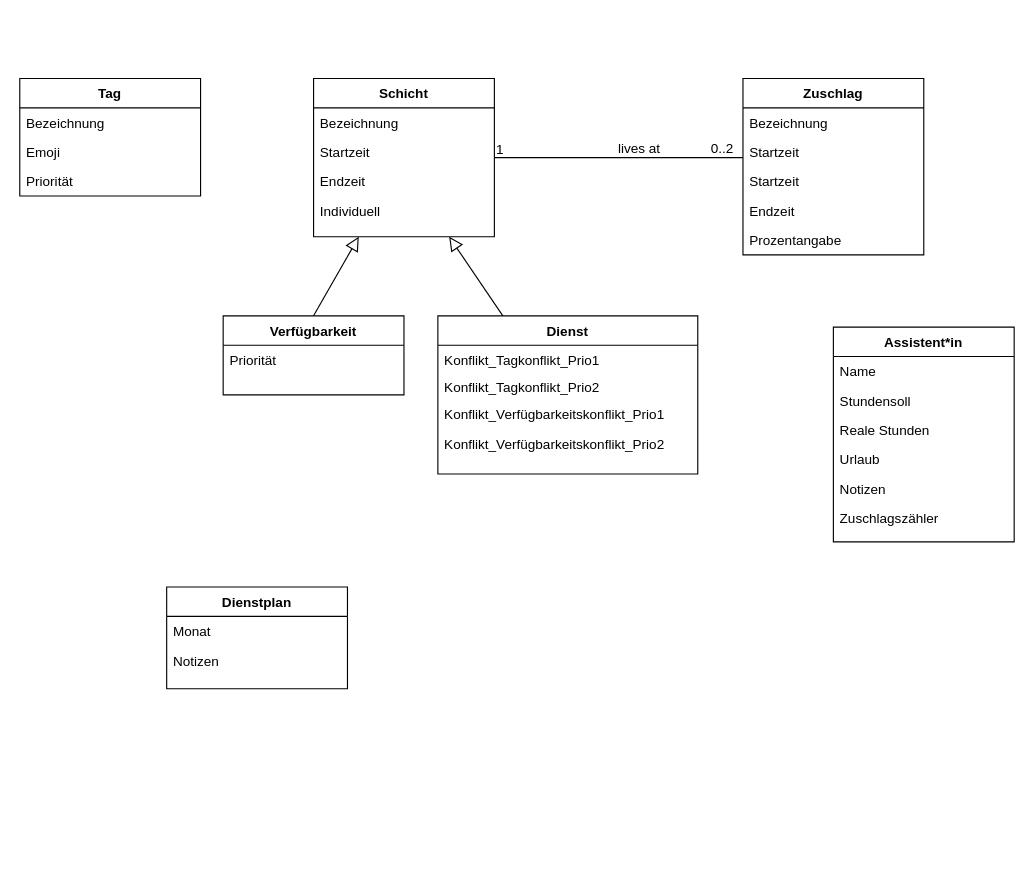
annikalenneper/praxisprojekt_mi_bachelor_SoSe24 keeps this draw.io diagram as 4_Entwurf/4_UML/4_UML_Klassendiagramme/Domänenklassendiagramm_Anforderungsspezifikation.drawio. Above is the earlier version. Source tidied: cells renumbered, new cells numbered last; positions are measured from the earlier drawing's top-left corner, leaving out a move shared by most shapes. Both pictures are drawn from the tidied source at 113%, with x=0, y=0 at pixel (19, 78).
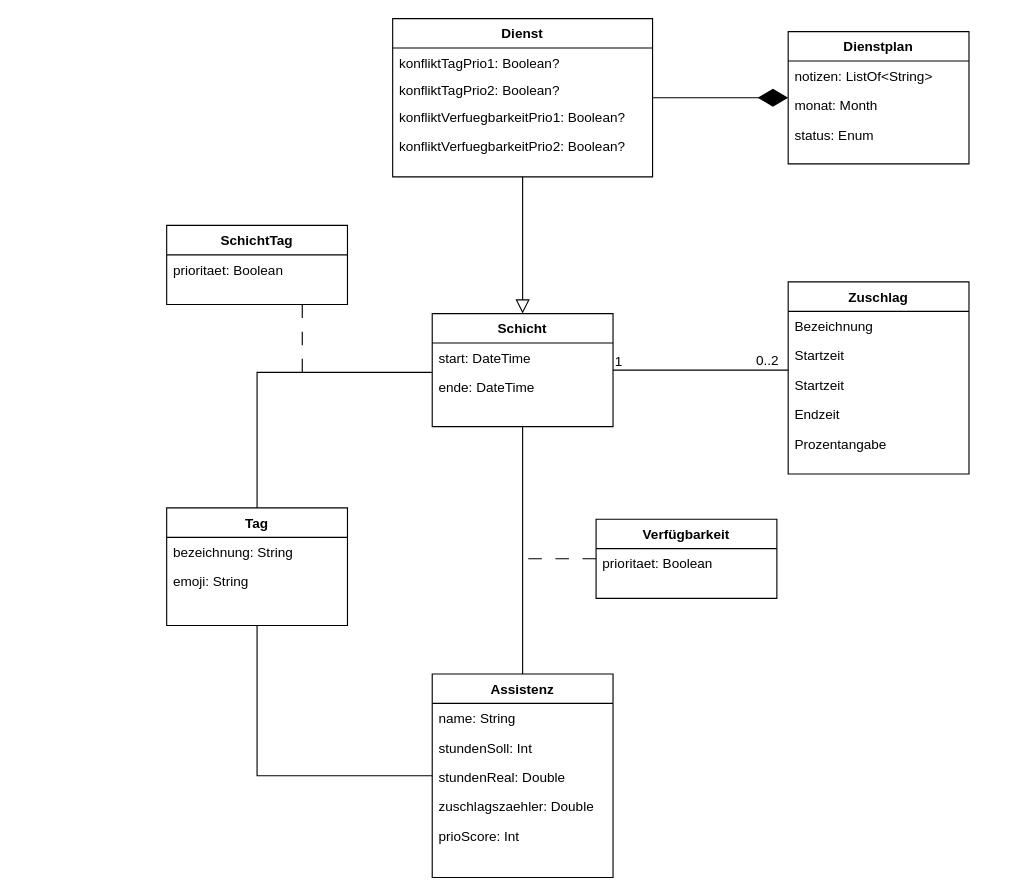
The same page after the edit.

Commit message:
updated domain class diagram

Unchanged cells that the change refers to:
```xml
<mxCell id="16" style="endArrow=none;shadow=0;strokeWidth=1;rounded=0;curved=0;endFill=0;edgeStyle=elbowEdgeStyle;elbow=vertical;" parent="1" edge="1" source="2" target="10">
  <mxGeometry x="0.5" y="41" relative="1" as="geometry">
    <mxPoint x="-40" y="32" as="offset" />
  </mxGeometry>
</mxCell>
```

The edit, as a diff of the source:
```diff
@@
     <mxCell id="2" value="Schicht" style="swimlane;fontStyle=1;align=center;verticalAlign=top;horizontal=1;startSize=26;rounded=0;shadow=0;strokeWidth=1;" parent="1" vertex="1">
-      <mxGeometry x="260" width="160" height="140" as="geometry" />
+      <mxGeometry x="365" y="208" width="160" height="100" as="geometry" />
     </mxCell>
-    <mxCell id="3" value="Bezeichnung" style="text;align=left;verticalAlign=top;spacingLeft=4;spacingRight=4;overflow=hidden;rounded=0;shadow=0;html=0;" parent="2" vertex="1">
-      <mxGeometry y="26" width="160" height="26" as="geometry" />
-    </mxCell>
-    <mxCell id="4" value="Startzeit" style="text;align=left;verticalAlign=top;spacingLeft=4;spacingRight=4;overflow=hidden;rounded=0;shadow=0;html=0;" parent="2" vertex="1">
-      <mxGeometry y="52" width="160" height="26" as="geometry" />
+    <mxCell id="4" value="start: DateTime" style="text;align=left;verticalAlign=top;spacingLeft=4;spacingRight=4;overflow=hidden;rounded=0;shadow=0;html=0;" parent="2" vertex="1">
+      <mxGeometry y="26" width="160" height="26" as="geometry" />
     </mxCell>
-    <mxCell id="5" value="Endzeit" style="text;align=left;verticalAlign=top;spacingLeft=4;spacingRight=4;overflow=hidden;rounded=0;shadow=0;html=0;" parent="2" vertex="1">
-      <mxGeometry y="78" width="160" height="26" as="geometry" />
+    <mxCell id="5" value="ende: DateTime" style="text;align=left;verticalAlign=top;spacingLeft=4;spacingRight=4;overflow=hidden;rounded=0;shadow=0;html=0;" parent="2" vertex="1">
+      <mxGeometry y="52" width="160" height="26" as="geometry" />
     </mxCell>
-    <mxCell id="6" value="Individuell" style="text;align=left;verticalAlign=top;spacingLeft=4;spacingRight=4;overflow=hidden;rounded=0;shadow=0;html=0;" parent="2" vertex="1">
-      <mxGeometry y="104" width="160" height="26" as="geometry" />
-    </mxCell>
     <mxCell id="7" value="Verfügbarkeit" style="swimlane;fontStyle=1;align=center;verticalAlign=top;horizontal=1;startSize=26;rounded=0;shadow=0;strokeWidth=1;" parent="1" vertex="1">
-      <mxGeometry x="180" y="210" width="160" height="70" as="geometry" />
+      <mxGeometry x="510" y="390" width="160" height="70" as="geometry" />
     </mxCell>
-    <mxCell id="8" value="Priorität" style="text;align=left;verticalAlign=top;spacingLeft=4;spacingRight=4;overflow=hidden;" parent="7" vertex="1">
+    <mxCell id="8" value="prioritaet: Boolean" style="text;align=left;verticalAlign=top;spacingLeft=4;spacingRight=4;overflow=hidden;" parent="7" vertex="1">
       <mxGeometry y="26" width="160" height="24" as="geometry" />
     </mxCell>
-    <mxCell id="9" style="endArrow=block;endSize=10;endFill=0;shadow=0;strokeWidth=1;rounded=0;elbow=vertical;exitX=0.5;exitY=0;exitDx=0;exitDy=0;entryX=0.25;entryY=1;entryDx=0;entryDy=0;" parent="1" edge="1" source="7" target="2">
-      <mxGeometry relative="1" as="geometry" />
-    </mxCell>
     <mxCell id="10" value="Zuschlag" style="swimlane;fontStyle=1;align=center;verticalAlign=top;horizontal=1;startSize=26;rounded=0;shadow=0;strokeWidth=1;" parent="1" vertex="1">
-      <mxGeometry x="640" width="160" height="156" as="geometry" />
+      <mxGeometry x="680" y="180" width="160" height="170" as="geometry" />
     </mxCell>
@@
-    <mxCell id="19" value="lives at" style="text;html=1;align=center;verticalAlign=middle;labelBackgroundColor=none;rounded=0;shadow=0;strokeWidth=1;fontSize=12;" parent="16" vertex="1">
-      <mxGeometry x="0.5" y="49" relative="1" as="geometry">
-        <mxPoint x="-38" y="40" as="offset" />
-      </mxGeometry>
-    </mxCell>
     <mxCell id="20" value="Tag" style="swimlane;fontStyle=1;align=center;verticalAlign=top;horizontal=1;startSize=26;rounded=0;shadow=0;strokeWidth=1;" parent="1" vertex="1">
-      <mxGeometry width="160" height="104" as="geometry" />
+      <mxGeometry x="130" y="380" width="160" height="104" as="geometry" />
     </mxCell>
-    <mxCell id="21" value="Bezeichnung" style="text;align=left;verticalAlign=top;spacingLeft=4;spacingRight=4;overflow=hidden;rounded=0;shadow=0;html=0;" parent="20" vertex="1">
+    <mxCell id="21" value="bezeichnung: String" style="text;align=left;verticalAlign=top;spacingLeft=4;spacingRight=4;overflow=hidden;rounded=0;shadow=0;html=0;" parent="20" vertex="1">
       <mxGeometry y="26" width="160" height="26" as="geometry" />
     </mxCell>
-    <mxCell id="22" value="Emoji" style="text;align=left;verticalAlign=top;spacingLeft=4;spacingRight=4;overflow=hidden;rounded=0;shadow=0;html=0;" parent="20" vertex="1">
+    <mxCell id="22" value="emoji: String" style="text;align=left;verticalAlign=top;spacingLeft=4;spacingRight=4;overflow=hidden;rounded=0;shadow=0;html=0;" parent="20" vertex="1">
       <mxGeometry y="52" width="160" height="26" as="geometry" />
     </mxCell>
-    <mxCell id="23" value="Priorität" style="text;align=left;verticalAlign=top;spacingLeft=4;spacingRight=4;overflow=hidden;rounded=0;shadow=0;html=0;" parent="20" vertex="1">
-      <mxGeometry y="78" width="160" height="26" as="geometry" />
-    </mxCell>
-    <mxCell id="24" value="Assistent*in" style="swimlane;fontStyle=1;align=center;verticalAlign=top;horizontal=1;startSize=26;rounded=0;shadow=0;strokeWidth=1;" parent="1" vertex="1">
-      <mxGeometry x="720" y="220" width="160" height="190" as="geometry" />
+    <mxCell id="24" value="Assistenz" style="swimlane;fontStyle=1;align=center;verticalAlign=top;horizontal=1;startSize=26;rounded=0;shadow=0;strokeWidth=1;" parent="1" vertex="1">
+      <mxGeometry x="365" y="527" width="160" height="180" as="geometry" />
     </mxCell>
-    <mxCell id="25" value="Name" style="text;align=left;verticalAlign=top;spacingLeft=4;spacingRight=4;overflow=hidden;" parent="24" vertex="1">
+    <mxCell id="25" value="name: String" style="text;align=left;verticalAlign=top;spacingLeft=4;spacingRight=4;overflow=hidden;" parent="24" vertex="1">
       <mxGeometry y="26" width="160" height="26" as="geometry" />
     </mxCell>
-    <mxCell id="26" value="Stundensoll" style="text;align=left;verticalAlign=top;spacingLeft=4;spacingRight=4;overflow=hidden;rounded=0;shadow=0;html=0;" parent="24" vertex="1">
+    <mxCell id="26" value="stundenSoll: Int" style="text;align=left;verticalAlign=top;spacingLeft=4;spacingRight=4;overflow=hidden;rounded=0;shadow=0;html=0;" parent="24" vertex="1">
       <mxGeometry y="52" width="160" height="26" as="geometry" />
     </mxCell>
-    <mxCell id="27" value="Reale Stunden" style="text;align=left;verticalAlign=top;spacingLeft=4;spacingRight=4;overflow=hidden;rounded=0;shadow=0;html=0;" parent="24" vertex="1">
+    <mxCell id="27" value="stundenReal: Double" style="text;align=left;verticalAlign=top;spacingLeft=4;spacingRight=4;overflow=hidden;rounded=0;shadow=0;html=0;" parent="24" vertex="1">
       <mxGeometry y="78" width="160" height="26" as="geometry" />
     </mxCell>
-    <mxCell id="28" value="Urlaub" style="text;align=left;verticalAlign=top;spacingLeft=4;spacingRight=4;overflow=hidden;rounded=0;shadow=0;html=0;" parent="24" vertex="1">
-      <mxGeometry y="104" width="160" height="26" as="geometry" />
-    </mxCell>
-    <mxCell id="29" value="Notizen" style="text;align=left;verticalAlign=top;spacingLeft=4;spacingRight=4;overflow=hidden;rounded=0;shadow=0;html=0;" parent="24" vertex="1">
-      <mxGeometry y="130" width="160" height="26" as="geometry" />
+    <mxCell id="29" value="zuschlagszaehler: Double" style="text;align=left;verticalAlign=top;spacingLeft=4;spacingRight=4;overflow=hidden;rounded=0;shadow=0;html=0;" parent="24" vertex="1">
+      <mxGeometry y="104" width="160" height="26" as="geometry" />
     </mxCell>
-    <mxCell id="30" value="Zuschlagszähler" style="text;align=left;verticalAlign=top;spacingLeft=4;spacingRight=4;overflow=hidden;rounded=0;shadow=0;html=0;" parent="24" vertex="1">
-      <mxGeometry y="156" width="160" height="26" as="geometry" />
+    <mxCell id="30" value="prioScore: Int" style="text;align=left;verticalAlign=top;spacingLeft=4;spacingRight=4;overflow=hidden;rounded=0;shadow=0;html=0;" parent="24" vertex="1">
+      <mxGeometry y="130" width="160" height="26" as="geometry" />
     </mxCell>
     <mxCell id="31" value="Dienst" style="swimlane;fontStyle=1;align=center;verticalAlign=top;horizontal=1;startSize=26;rounded=0;shadow=0;strokeWidth=1;" parent="1" vertex="1">
-      <mxGeometry x="370" y="210" width="230" height="140" as="geometry" />
+      <mxGeometry x="330" y="-53" width="230" height="140" as="geometry" />
     </mxCell>
-    <mxCell id="32" value="Konflikt_Tagkonflikt_Prio1" style="text;align=left;verticalAlign=top;spacingLeft=4;spacingRight=4;overflow=hidden;" parent="31" vertex="1">
+    <mxCell id="32" value="konfliktTagPrio1: Boolean?" style="text;align=left;verticalAlign=top;spacingLeft=4;spacingRight=4;overflow=hidden;" parent="31" vertex="1">
       <mxGeometry y="26" width="230" height="24" as="geometry" />
     </mxCell>
-    <mxCell id="33" value="Konflikt_Tagkonflikt_Prio2" style="text;align=left;verticalAlign=top;spacingLeft=4;spacingRight=4;overflow=hidden;" parent="31" vertex="1">
+    <mxCell id="33" value="konfliktTagPrio2: Boolean?" style="text;align=left;verticalAlign=top;spacingLeft=4;spacingRight=4;overflow=hidden;" parent="31" vertex="1">
       <mxGeometry y="50" width="230" height="24" as="geometry" />
     </mxCell>
-    <mxCell id="34" value="Konflikt_Verfügbarkeitskonflikt_Prio1" style="text;align=left;verticalAlign=top;spacingLeft=4;spacingRight=4;overflow=hidden;" parent="31" vertex="1">
+    <mxCell id="34" value="konfliktVerfuegbarkeitPrio1: Boolean?" style="text;align=left;verticalAlign=top;spacingLeft=4;spacingRight=4;overflow=hidden;" parent="31" vertex="1">
       <mxGeometry y="74" width="230" height="26" as="geometry" />
     </mxCell>
-    <mxCell id="35" value="Konflikt_Verfügbarkeitskonflikt_Prio2" style="text;align=left;verticalAlign=top;spacingLeft=4;spacingRight=4;overflow=hidden;" parent="31" vertex="1">
+    <mxCell id="35" value="konfliktVerfuegbarkeitPrio2: Boolean?" style="text;align=left;verticalAlign=top;spacingLeft=4;spacingRight=4;overflow=hidden;" parent="31" vertex="1">
       <mxGeometry y="100" width="230" height="26" as="geometry" />
     </mxCell>
     <mxCell id="36" value="Dienstplan" style="swimlane;fontStyle=1;align=center;verticalAlign=top;horizontal=1;startSize=26;rounded=0;shadow=0;strokeWidth=1;" parent="1" vertex="1">
-      <mxGeometry x="130" y="450" width="160" height="90" as="geometry" />
+      <mxGeometry x="680" y="-41.5" width="160" height="117" as="geometry" />
     </mxCell>
+    <mxCell id="38" value="notizen: ListOf&lt;String&gt;" style="text;align=left;verticalAlign=top;spacingLeft=4;spacingRight=4;overflow=hidden;rounded=0;shadow=0;html=0;" parent="36" vertex="1">
+      <mxGeometry y="26" width="160" height="26" as="geometry" />
+    </mxCell>
-    <mxCell id="37" value="Monat" style="text;align=left;verticalAlign=top;spacingLeft=4;spacingRight=4;overflow=hidden;rounded=0;shadow=0;html=0;" parent="36" vertex="1">
-      <mxGeometry y="26" width="160" height="26" as="geometry" />
+    <mxCell id="37" value="monat: Month" style="text;align=left;verticalAlign=top;spacingLeft=4;spacingRight=4;overflow=hidden;rounded=0;shadow=0;html=0;" parent="36" vertex="1">
+      <mxGeometry y="52" width="160" height="26" as="geometry" />
     </mxCell>
-    <mxCell id="38" value="Notizen" style="text;align=left;verticalAlign=top;spacingLeft=4;spacingRight=4;overflow=hidden;rounded=0;shadow=0;html=0;" parent="36" vertex="1">
-      <mxGeometry y="52" width="160" height="26" as="geometry" />
-    </mxCell>
+    <mxCell id="40" value="status: Enum" style="text;align=left;verticalAlign=top;spacingLeft=4;spacingRight=4;overflow=hidden;rounded=0;shadow=0;html=0;" parent="36" vertex="1">
+      <mxGeometry y="78" width="160" height="26" as="geometry" />
+    </mxCell>
-    <mxCell id="39" style="endArrow=block;endSize=10;endFill=0;shadow=0;strokeWidth=1;rounded=0;elbow=vertical;exitX=0.25;exitY=0;exitDx=0;exitDy=0;entryX=0.75;entryY=1;entryDx=0;entryDy=0;" parent="1" edge="1" source="31" target="2">
+    <mxCell id="39" style="endArrow=block;endSize=10;endFill=0;shadow=0;strokeWidth=1;rounded=0;elbow=vertical;" parent="1" edge="1" source="31" target="2">
       <mxGeometry relative="1" as="geometry" />
     </mxCell>
+    <mxCell id="41" style="endArrow=diamondThin;endFill=1;endSize=24;html=1;rounded=0;" parent="1" edge="1" source="31" target="36">
+      <mxGeometry relative="1" as="geometry" />
+    </mxCell>
+    <mxCell id="42" style="endArrow=none;startArrow=none;endFill=0;startFill=0;html=1;rounded=0;" parent="1" edge="1" source="2" target="24">
+      <mxGeometry relative="1" as="geometry" />
+    </mxCell>
+    <mxCell id="43" style="endArrow=none;startArrow=none;endFill=0;startFill=0;html=1;rounded=0;edgeStyle=orthogonalEdgeStyle;" parent="1" edge="1" source="20" target="24">
+      <mxGeometry relative="1" as="geometry">
+        <Array as="points">
+          <mxPoint x="210" y="617" />
+        </Array>
+      </mxGeometry>
+    </mxCell>
+    <mxCell id="44" style="endArrow=none;startArrow=none;endFill=0;startFill=0;html=1;rounded=0;edgeStyle=orthogonalEdgeStyle;" parent="1" edge="1" source="20" target="2">
+      <mxGeometry relative="1" as="geometry">
+        <Array as="points">
+          <mxPoint x="210" y="260" />
+        </Array>
+      </mxGeometry>
+    </mxCell>
+    <mxCell id="45" value="SchichtTag" style="swimlane;fontStyle=1;align=center;verticalAlign=top;horizontal=1;startSize=26;rounded=0;shadow=0;strokeWidth=1;" parent="1" vertex="1">
+      <mxGeometry x="130" y="130" width="160" height="70" as="geometry" />
+    </mxCell>
+    <mxCell id="46" value="prioritaet: Boolean" style="text;align=left;verticalAlign=top;spacingLeft=4;spacingRight=4;overflow=hidden;" parent="45" vertex="1">
+      <mxGeometry y="26" width="160" height="24" as="geometry" />
+    </mxCell>
+    <mxCell id="47" style="endArrow=none;startArrow=none;endFill=0;startFill=0;html=1;rounded=0;dashed=1;dashPattern=12 12;" parent="1" edge="1" target="7">
+      <mxGeometry relative="1" as="geometry">
+        <mxPoint x="450" y="425" as="sourcePoint" />
+      </mxGeometry>
+    </mxCell>
+    <mxCell id="48" style="endArrow=none;startArrow=none;endFill=0;startFill=0;html=1;rounded=0;dashed=1;dashPattern=12 12;exitX=0.75;exitY=1;exitDx=0;exitDy=0;" parent="1" edge="1" source="45">
+      <mxGeometry relative="1" as="geometry">
+        <mxPoint x="250" y="270" as="targetPoint" />
+      </mxGeometry>
+    </mxCell>
```
